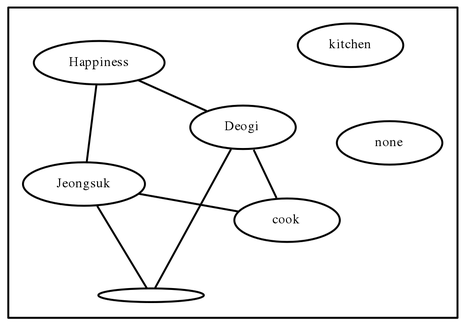
Earlier version of the Graphviz export jupyter/fdpclust.gv.png (ihaeyong/drama-graph). Its source is kept beside it as jupyter/fdpclust.gv.
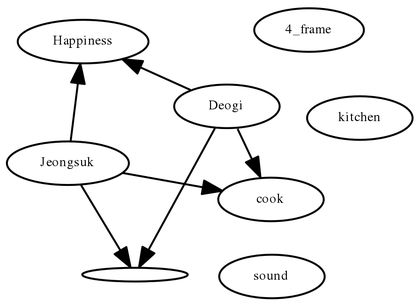
Later version of the same file.

Diff of the diagram source:
```diff
@@ -1,23 +1,22 @@
-graph G {
+digraph G {
 	graph [dpi=300 rankdir=TB rotate=0 size="5,5"]
 	node [fontsize=7 height=0.1]
 	edge [fontsize=7]
-	subgraph clusterE {
-		kitchen
-		none
-		Jeongsuk
-		cook
-		""
-		Happiness
-		Jeongsuk -- cook
-		Jeongsuk -- ""
-		Jeongsuk -- Happiness
-		Deogi
-		cook
-		""
-		Happiness
-		Deogi -- cook
-		Deogi -- ""
-		Deogi -- Happiness
-	}
+	"4_frame"
+	kitchen
+	sound
+	Jeongsuk
+	cook
+	""
+	Happiness
+	Jeongsuk -> cook
+	Jeongsuk -> ""
+	Jeongsuk -> Happiness
+	Deogi
+	cook
+	""
+	Happiness
+	Deogi -> cook
+	Deogi -> ""
+	Deogi -> Happiness
 }
```
